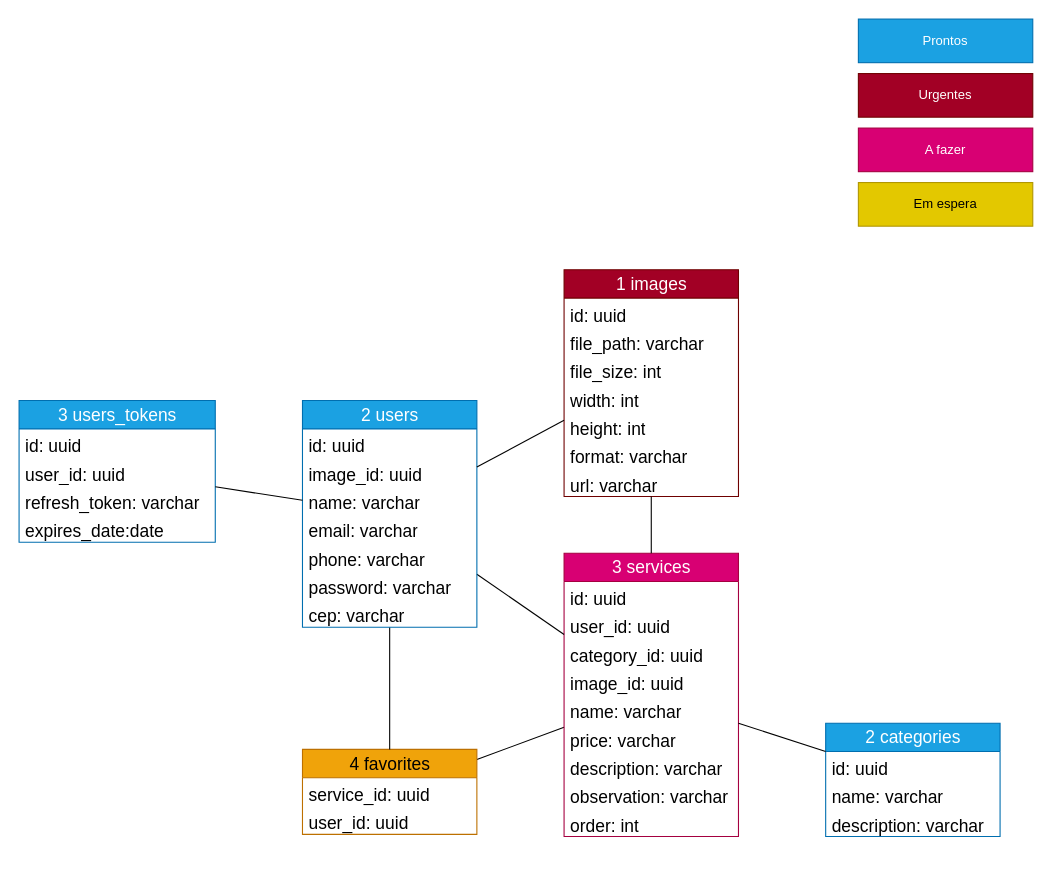
GabrielMarquesGithub/work-wave-backend keeps this draw.io diagram as docs/database-model.drawio. Above is the earlier version. Source tidied: cells renumbered, new cells numbered last; positions are measured from the earlier drawing's top-left corner, leaving out a move shared by most shapes. Both pictures are drawn from the tidied source at 109%, with x=0, y=0 at pixel (19, 19).
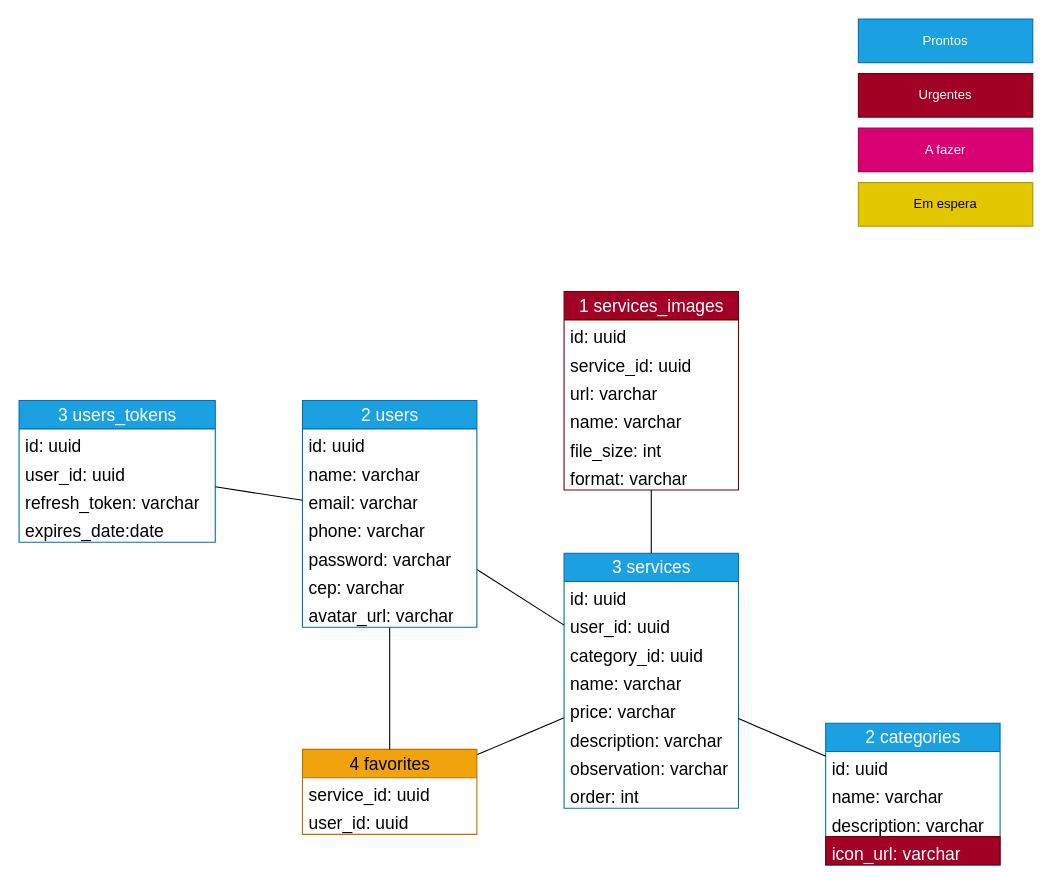
The same diagram, later.

Unchanged cells that the change refers to:
```xml
<mxCell id="18" value="2 users" style="swimlane;fontStyle=0;horizontal=1;startSize=26;fillColor=#1ba1e2;html=1;fontSize=16;fontColor=#ffffff;strokeColor=#006EAF;" parent="1" vertex="1">
  <mxGeometry x="260" y="350" width="160" height="208" as="geometry" />
</mxCell>
```

The edit, as a diff of the source:
```diff
@@
-    <mxCell id="6" value="3 services" style="swimlane;fontStyle=0;horizontal=1;startSize=26;fillColor=#d80073;html=1;fontSize=16;fontColor=#ffffff;strokeColor=#A50040;" parent="1" vertex="1">
-      <mxGeometry x="500" y="490" width="160" height="260" as="geometry" />
+    <mxCell id="6" value="3 services" style="swimlane;fontStyle=0;horizontal=1;startSize=26;fillColor=#1ba1e2;html=1;fontSize=16;fontColor=#ffffff;strokeColor=#006EAF;" parent="1" vertex="1">
+      <mxGeometry x="500" y="490" width="160" height="234" as="geometry" />
     </mxCell>
@@
-    <mxCell id="10" value="image_id: uuid" style="text;strokeColor=none;fillColor=none;align=left;verticalAlign=top;spacingLeft=4;spacingRight=4;overflow=hidden;whiteSpace=wrap;html=1;fontSize=16;" parent="6" vertex="1">
-      <mxGeometry y="104" width="160" height="26" as="geometry" />
-    </mxCell>
     <mxCell id="11" value="name: varchar" style="text;strokeColor=none;fillColor=none;align=left;verticalAlign=top;spacingLeft=4;spacingRight=4;overflow=hidden;whiteSpace=wrap;html=1;fontSize=16;" parent="6" vertex="1">
-      <mxGeometry y="130" width="160" height="26" as="geometry" />
+      <mxGeometry y="104" width="160" height="26" as="geometry" />
     </mxCell>
     <mxCell id="12" value="price: varchar" style="text;strokeColor=none;fillColor=none;align=left;verticalAlign=top;spacingLeft=4;spacingRight=4;overflow=hidden;whiteSpace=wrap;html=1;fontSize=16;" parent="6" vertex="1">
-      <mxGeometry y="156" width="160" height="26" as="geometry" />
+      <mxGeometry y="130" width="160" height="26" as="geometry" />
     </mxCell>
     <mxCell id="13" value="description: varchar" style="text;strokeColor=none;fillColor=none;align=left;verticalAlign=top;spacingLeft=4;spacingRight=4;overflow=hidden;whiteSpace=wrap;html=1;fontSize=16;" parent="6" vertex="1">
-      <mxGeometry y="182" width="160" height="26" as="geometry" />
+      <mxGeometry y="156" width="160" height="26" as="geometry" />
     </mxCell>
     <mxCell id="14" value="observation: varchar" style="text;strokeColor=none;fillColor=none;align=left;verticalAlign=top;spacingLeft=4;spacingRight=4;overflow=hidden;whiteSpace=wrap;html=1;fontSize=16;" parent="6" vertex="1">
-      <mxGeometry y="208" width="160" height="26" as="geometry" />
+      <mxGeometry y="182" width="160" height="26" as="geometry" />
     </mxCell>
     <mxCell id="15" value="order: int" style="text;strokeColor=none;fillColor=none;align=left;verticalAlign=top;spacingLeft=4;spacingRight=4;overflow=hidden;whiteSpace=wrap;html=1;fontSize=16;" parent="6" vertex="1">
-      <mxGeometry y="234" width="160" height="26" as="geometry" />
+      <mxGeometry y="208" width="160" height="26" as="geometry" />
     </mxCell>
@@
-    <mxCell id="20" value="image_id: uuid" style="text;strokeColor=none;fillColor=none;align=left;verticalAlign=top;spacingLeft=4;spacingRight=4;overflow=hidden;whiteSpace=wrap;html=1;fontSize=16;" parent="18" vertex="1">
-      <mxGeometry y="52" width="160" height="26" as="geometry" />
-    </mxCell>
     <mxCell id="21" value="name: varchar" style="text;strokeColor=none;fillColor=none;align=left;verticalAlign=top;spacingLeft=4;spacingRight=4;overflow=hidden;whiteSpace=wrap;html=1;fontSize=16;" parent="18" vertex="1">
-      <mxGeometry y="78" width="160" height="26" as="geometry" />
+      <mxGeometry y="52" width="160" height="26" as="geometry" />
     </mxCell>
     <mxCell id="22" value="email: varchar" style="text;strokeColor=none;fillColor=none;align=left;verticalAlign=top;spacingLeft=4;spacingRight=4;overflow=hidden;whiteSpace=wrap;html=1;fontSize=16;" parent="18" vertex="1">
-      <mxGeometry y="104" width="160" height="26" as="geometry" />
+      <mxGeometry y="78" width="160" height="26" as="geometry" />
     </mxCell>
     <mxCell id="23" value="phone: varchar" style="text;strokeColor=none;fillColor=none;align=left;verticalAlign=top;spacingLeft=4;spacingRight=4;overflow=hidden;whiteSpace=wrap;html=1;fontSize=16;" parent="18" vertex="1">
-      <mxGeometry y="130" width="160" height="26" as="geometry" />
+      <mxGeometry y="104" width="160" height="26" as="geometry" />
     </mxCell>
     <mxCell id="24" value="password: varchar" style="text;strokeColor=none;fillColor=none;align=left;verticalAlign=top;spacingLeft=4;spacingRight=4;overflow=hidden;whiteSpace=wrap;html=1;fontSize=16;" parent="18" vertex="1">
-      <mxGeometry y="156" width="160" height="26" as="geometry" />
+      <mxGeometry y="130" width="160" height="26" as="geometry" />
     </mxCell>
     <mxCell id="25" value="cep: varchar" style="text;strokeColor=none;fillColor=none;align=left;verticalAlign=top;spacingLeft=4;spacingRight=4;overflow=hidden;whiteSpace=wrap;html=1;fontSize=16;" parent="18" vertex="1">
-      <mxGeometry y="182" width="160" height="26" as="geometry" />
+      <mxGeometry y="156" width="160" height="26" as="geometry" />
     </mxCell>
+    <mxCell id="51" value="avatar_url: varchar" style="text;align=left;verticalAlign=top;spacingLeft=4;spacingRight=4;overflow=hidden;whiteSpace=wrap;html=1;fontSize=16;" parent="18" vertex="1">
+      <mxGeometry y="182" width="160" height="26" as="geometry" />
+    </mxCell>
     <mxCell id="26" value="2 categories" style="swimlane;fontStyle=0;horizontal=1;startSize=26;fillColor=#1ba1e2;html=1;fontSize=16;fontColor=#ffffff;strokeColor=#006EAF;" parent="1" vertex="1">
-      <mxGeometry x="740" y="646" width="160" height="104" as="geometry" />
+      <mxGeometry x="740" y="646" width="160" height="130" as="geometry" />
     </mxCell>
@@
+    <mxCell id="52" value="icon_url: varchar" style="text;strokeColor=#6F0000;fillColor=#a20025;align=left;verticalAlign=top;spacingLeft=4;spacingRight=4;overflow=hidden;whiteSpace=wrap;html=1;fontSize=16;fontColor=#ffffff;" parent="26" vertex="1">
+      <mxGeometry y="104" width="160" height="26" as="geometry" />
+    </mxCell>
@@
-    <mxCell id="37" value="1 images" style="swimlane;fontStyle=0;horizontal=1;startSize=26;fillColor=#a20025;html=1;fontSize=16;fontColor=#ffffff;strokeColor=#6F0000;" parent="1" vertex="1">
-      <mxGeometry x="500" y="230" width="160" height="208" as="geometry" />
-    </mxCell>
-    <mxCell id="38" value="id: uuid" style="text;strokeColor=none;fillColor=none;align=left;verticalAlign=top;spacingLeft=4;spacingRight=4;overflow=hidden;whiteSpace=wrap;html=1;fontSize=16;" parent="37" vertex="1">
-      <mxGeometry y="26" width="160" height="26" as="geometry" />
-    </mxCell>
-    <mxCell id="39" value="file_path: varchar" style="text;strokeColor=none;fillColor=none;align=left;verticalAlign=top;spacingLeft=4;spacingRight=4;overflow=hidden;whiteSpace=wrap;html=1;fontSize=16;" parent="37" vertex="1">
-      <mxGeometry y="52" width="160" height="26" as="geometry" />
-    </mxCell>
-    <mxCell id="40" value="file_size: int" style="text;strokeColor=none;fillColor=none;align=left;verticalAlign=top;spacingLeft=4;spacingRight=4;overflow=hidden;whiteSpace=wrap;html=1;fontSize=16;" parent="37" vertex="1">
-      <mxGeometry y="78" width="160" height="26" as="geometry" />
-    </mxCell>
-    <mxCell id="41" value=" width: int" style="text;strokeColor=none;fillColor=none;align=left;verticalAlign=top;spacingLeft=4;spacingRight=4;overflow=hidden;whiteSpace=wrap;html=1;fontSize=16;" parent="37" vertex="1">
-      <mxGeometry y="104" width="160" height="26" as="geometry" />
-    </mxCell>
-    <mxCell id="42" value="  height: int" style="text;strokeColor=none;fillColor=none;align=left;verticalAlign=top;spacingLeft=4;spacingRight=4;overflow=hidden;whiteSpace=wrap;html=1;fontSize=16;" parent="37" vertex="1">
-      <mxGeometry y="130" width="160" height="26" as="geometry" />
-    </mxCell>
-    <mxCell id="43" value="format: varchar" style="text;strokeColor=none;fillColor=none;align=left;verticalAlign=top;spacingLeft=4;spacingRight=4;overflow=hidden;whiteSpace=wrap;html=1;fontSize=16;" parent="37" vertex="1">
-      <mxGeometry y="156" width="160" height="26" as="geometry" />
-    </mxCell>
-    <mxCell id="44" value="url: varchar" style="text;strokeColor=none;fillColor=none;align=left;verticalAlign=top;spacingLeft=4;spacingRight=4;overflow=hidden;whiteSpace=wrap;html=1;fontSize=16;" parent="37" vertex="1">
-      <mxGeometry y="182" width="160" height="26" as="geometry" />
-    </mxCell>
-    <mxCell id="45" style="edgeStyle=none;curved=1;rounded=0;jettySize=auto;html=1;fontSize=12;startSize=8;endSize=8;endArrow=none;endFill=0;" parent="1" edge="1" source="6" target="37">
-      <mxGeometry relative="1" as="geometry" />
-    </mxCell>
-    <mxCell id="46" style="edgeStyle=none;curved=1;rounded=0;jettySize=auto;html=1;fontSize=12;startSize=8;endSize=8;endArrow=none;endFill=0;" parent="1" edge="1" target="18">
-      <mxGeometry relative="1" as="geometry">
-        <mxPoint x="500" y="368" as="sourcePoint" />
-      </mxGeometry>
-    </mxCell>
@@
+    <mxCell id="53" value="1 services_images" style="swimlane;fontStyle=0;horizontal=1;startSize=26;fillColor=#a20025;html=1;fontSize=16;fontColor=#ffffff;strokeColor=#6F0000;" parent="1" vertex="1">
+      <mxGeometry x="500" y="250" width="160" height="182" as="geometry" />
+    </mxCell>
+    <mxCell id="38" value="id: uuid" style="text;strokeColor=none;fillColor=none;align=left;verticalAlign=top;spacingLeft=4;spacingRight=4;overflow=hidden;whiteSpace=wrap;html=1;fontSize=16;" parent="53" vertex="1">
+      <mxGeometry y="26" width="160" height="26" as="geometry" />
+    </mxCell>
+    <mxCell id="54" value="service_id: uuid" style="text;strokeColor=none;fillColor=none;align=left;verticalAlign=top;spacingLeft=4;spacingRight=4;overflow=hidden;whiteSpace=wrap;html=1;fontSize=16;" parent="53" vertex="1">
+      <mxGeometry y="52" width="160" height="26" as="geometry" />
+    </mxCell>
+    <mxCell id="44" value="url: varchar" style="text;strokeColor=none;fillColor=none;align=left;verticalAlign=top;spacingLeft=4;spacingRight=4;overflow=hidden;whiteSpace=wrap;html=1;fontSize=16;" parent="53" vertex="1">
+      <mxGeometry y="78" width="160" height="26" as="geometry" />
+    </mxCell>
+    <mxCell id="55" value="name: varchar" style="text;strokeColor=none;fillColor=none;align=left;verticalAlign=top;spacingLeft=4;spacingRight=4;overflow=hidden;whiteSpace=wrap;html=1;fontSize=16;" parent="53" vertex="1">
+      <mxGeometry y="104" width="160" height="26" as="geometry" />
+    </mxCell>
+    <mxCell id="40" value="file_size: int" style="text;strokeColor=none;fillColor=none;align=left;verticalAlign=top;spacingLeft=4;spacingRight=4;overflow=hidden;whiteSpace=wrap;html=1;fontSize=16;" parent="53" vertex="1">
+      <mxGeometry y="130" width="160" height="26" as="geometry" />
+    </mxCell>
+    <mxCell id="43" value="format: varchar" style="text;strokeColor=none;fillColor=none;align=left;verticalAlign=top;spacingLeft=4;spacingRight=4;overflow=hidden;whiteSpace=wrap;html=1;fontSize=16;" parent="53" vertex="1">
+      <mxGeometry y="156" width="160" height="26" as="geometry" />
+    </mxCell>
+    <mxCell id="56" style="edgeStyle=none;curved=1;rounded=0;jettySize=auto;html=1;fontSize=12;startSize=8;endSize=8;endArrow=none;endFill=0;" parent="1" edge="1" source="53" target="6">
+      <mxGeometry relative="1" as="geometry" />
+    </mxCell>
```
